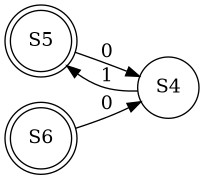
Before: main.png, a diagram exported from Graphviz (Tradewcs/diploma). Its source is kept beside it as main.gv.
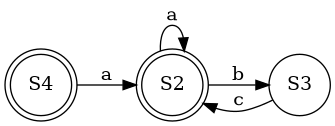
Above is the later version.

Change to the diagram source:
```diff
@@ -1,9 +1,10 @@
 digraph NFA {
 	rankdir=LR;
 	node [shape=circle];
-	S5 [shape=doublecircle];
-	S6 [shape=doublecircle];
-	S4 -> S5 [label="1"];
-	S5 -> S4 [label="0"];
-	S6 -> S4 [label="0"];
+	S2 [shape=doublecircle];
+	S4 [shape=doublecircle];
+	S2 -> S2 [label="a"];
+	S2 -> S3 [label="b"];
+	S3 -> S2 [label="c"];
+	S4 -> S2 [label="a"];
 }
```
